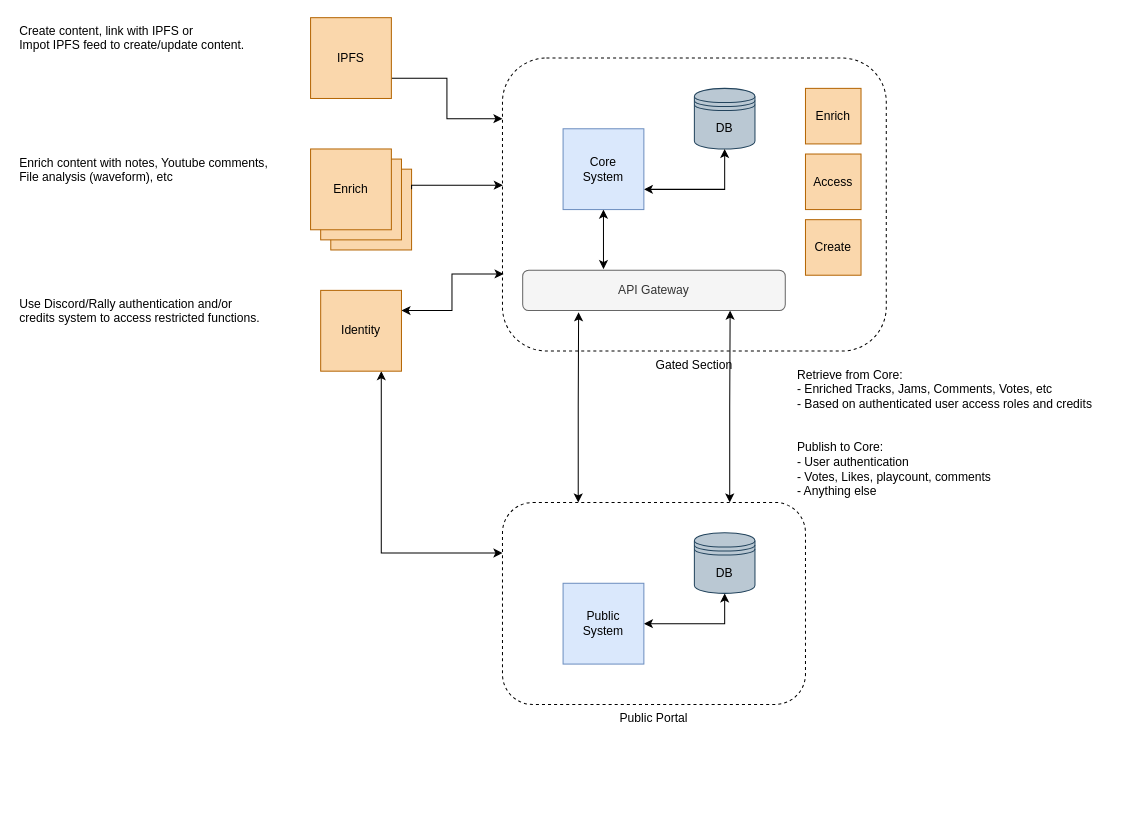
Above: page "High Level Design" (1 of 3) of System Design.drawio in JohnCornegge/BenderFactory (draw.io), before the change. Source tidied: cells renumbered, new cells numbered last; positions are measured from the earlier drawing's top-left corner, leaving out a move shared by most shapes. Both pictures are drawn from the tidied source at 101%, with x=0, y=0 at pixel (17, 17).
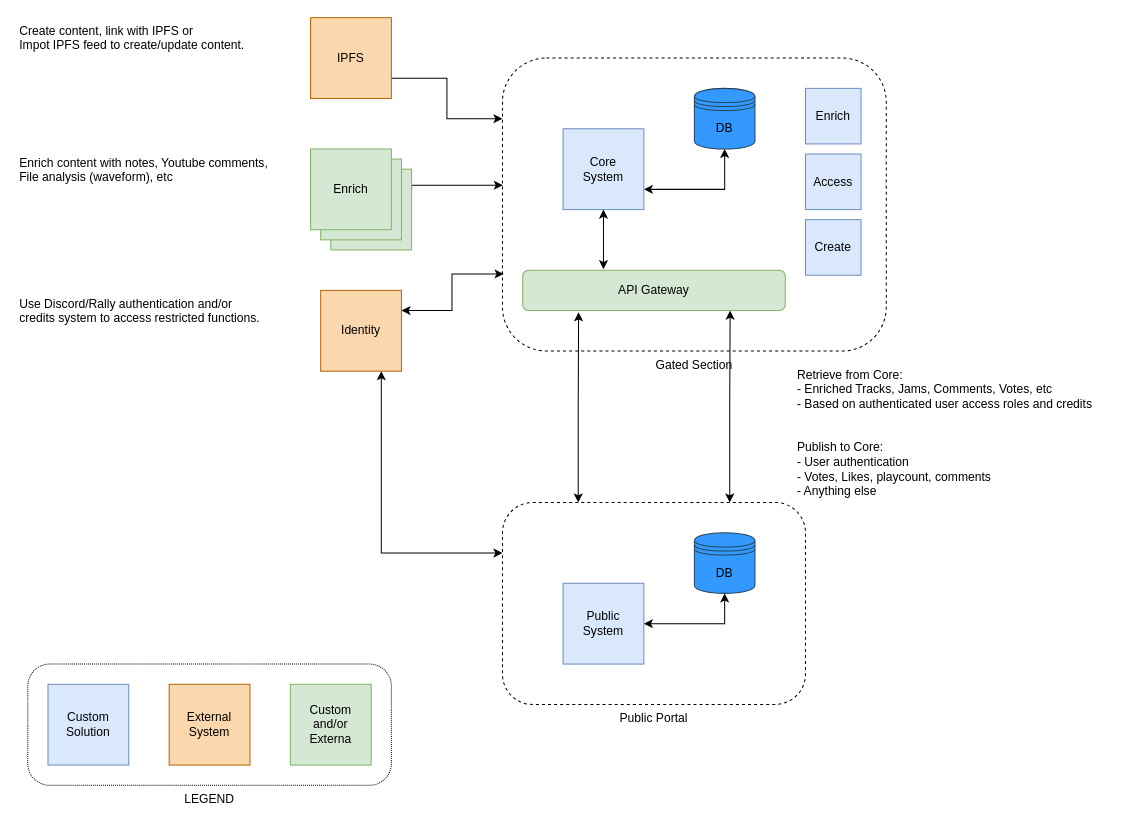
After the change.

Commit message:
Added Current Setup and Functional Design

What changed in the source:
```diff
@@
-    <mxCell id="6" value="DB" style="shape=datastore;whiteSpace=wrap;html=1;fillColor=#bac8d3;strokeColor=#23445d;" parent="1" vertex="1">
+    <mxCell id="6" value="DB" style="shape=datastore;whiteSpace=wrap;html=1;strokeColor=#23445d;fillColor=#3399FF;" parent="1" vertex="1">
       <mxGeometry x="670" y="70" width="60" height="60" as="geometry" />
     </mxCell>
@@
-    <mxCell id="10" value="API Gateway" style="rounded=1;whiteSpace=wrap;html=1;fillColor=#f5f5f5;strokeColor=#666666;fontColor=#333333;" parent="1" vertex="1">
+    <mxCell id="10" value="API Gateway" style="rounded=1;whiteSpace=wrap;html=1;fillColor=#d5e8d4;strokeColor=#82b366;" parent="1" vertex="1">
       <mxGeometry x="500" y="250" width="260" height="40" as="geometry" />
     </mxCell>
@@
-    <mxCell id="13" style="group;" parent="1" vertex="1">
-      <mxGeometry x="290" y="130" width="100" height="100" as="geometry" />
-    </mxCell>
-    <mxCell id="14" style="whiteSpace=wrap;html=1;fillColor=#fad7ac;strokeColor=#b46504;" parent="13" vertex="1">
-      <mxGeometry x="20" y="20" width="80" height="80" as="geometry" />
-    </mxCell>
-    <mxCell id="15" style="whiteSpace=wrap;html=1;fillColor=#fad7ac;strokeColor=#b46504;" parent="13" vertex="1">
-      <mxGeometry x="10" y="10" width="80" height="80" as="geometry" />
-    </mxCell>
-    <mxCell id="16" value="Enrich" style="whiteSpace=wrap;html=1;fillColor=#fad7ac;strokeColor=#b46504;" parent="13" vertex="1">
-      <mxGeometry width="80" height="80" as="geometry" />
-    </mxCell>
@@
-    <mxCell id="26" value="DB" style="shape=datastore;whiteSpace=wrap;html=1;fillColor=#bac8d3;strokeColor=#23445d;" parent="1" vertex="1">
+    <mxCell id="26" value="DB" style="shape=datastore;whiteSpace=wrap;html=1;strokeColor=#23445d;fillColor=#3399FF;" parent="1" vertex="1">
       <mxGeometry x="670" y="510" width="60" height="60" as="geometry" />
     </mxCell>
@@
-    <mxCell id="28" value="Access" style="whiteSpace=wrap;html=1;fillColor=#fad7ac;strokeColor=#b46504;" parent="1" vertex="1">
+    <mxCell id="28" value="Access" style="whiteSpace=wrap;html=1;fillColor=#dae8fc;strokeColor=#6c8ebf;" parent="1" vertex="1">
       <mxGeometry x="780" y="135" width="55" height="55" as="geometry" />
     </mxCell>
-    <mxCell id="29" value="Enrich" style="whiteSpace=wrap;html=1;fillColor=#fad7ac;strokeColor=#b46504;" parent="1" vertex="1">
+    <mxCell id="29" value="Enrich" style="whiteSpace=wrap;html=1;fillColor=#dae8fc;strokeColor=#6c8ebf;" parent="1" vertex="1">
       <mxGeometry x="780" y="70" width="55" height="55" as="geometry" />
     </mxCell>
-    <mxCell id="30" value="Create" style="whiteSpace=wrap;html=1;fillColor=#fad7ac;strokeColor=#b46504;" parent="1" vertex="1">
+    <mxCell id="30" value="Create" style="whiteSpace=wrap;html=1;fillColor=#dae8fc;strokeColor=#6c8ebf;" parent="1" vertex="1">
       <mxGeometry x="780" y="200" width="55" height="55" as="geometry" />
     </mxCell>
+    <mxCell id="31" style="group;" parent="1" vertex="1">
+      <mxGeometry x="10" y="640" width="360" height="120" as="geometry" />
+    </mxCell>
+    <mxCell id="32" value="LEGEND" style="rounded=1;whiteSpace=wrap;html=1;labelPosition=center;verticalLabelPosition=bottom;align=center;verticalAlign=top;dashed=1;arcSize=18;dashPattern=1 1;" parent="31" vertex="1">
+      <mxGeometry width="360" height="120" as="geometry" />
+    </mxCell>
+    <mxCell id="33" value="Custom&lt;br&gt;Solution" style="whiteSpace=wrap;html=1;fillColor=#dae8fc;strokeColor=#6c8ebf;" parent="31" vertex="1">
+      <mxGeometry x="20" y="20" width="80" height="80" as="geometry" />
+    </mxCell>
+    <mxCell id="34" value="External&lt;br&gt;System" style="whiteSpace=wrap;html=1;fillColor=#fad7ac;strokeColor=#b46504;" parent="31" vertex="1">
+      <mxGeometry x="140" y="20" width="80" height="80" as="geometry" />
+    </mxCell>
+    <mxCell id="35" value="Custom and/or Externa" style="whiteSpace=wrap;html=1;fillColor=#d5e8d4;strokeColor=#82b366;" parent="31" vertex="1">
+      <mxGeometry x="260" y="20" width="80" height="80" as="geometry" />
+    </mxCell>
+    <mxCell id="13" style="group;" parent="1" vertex="1">
+      <mxGeometry x="290" y="130" width="100" height="100" as="geometry" />
+    </mxCell>
+    <mxCell id="14" style="whiteSpace=wrap;html=1;fillColor=#d5e8d4;strokeColor=#82b366;" parent="13" vertex="1">
+      <mxGeometry x="20" y="20" width="80" height="80" as="geometry" />
+    </mxCell>
+    <mxCell id="15" style="whiteSpace=wrap;html=1;fillColor=#d5e8d4;strokeColor=#82b366;" parent="13" vertex="1">
+      <mxGeometry x="10" y="10" width="80" height="80" as="geometry" />
+    </mxCell>
+    <mxCell id="16" value="Enrich" style="whiteSpace=wrap;html=1;fillColor=#d5e8d4;strokeColor=#82b366;" parent="13" vertex="1">
+      <mxGeometry width="80" height="80" as="geometry" />
+    </mxCell>
```
